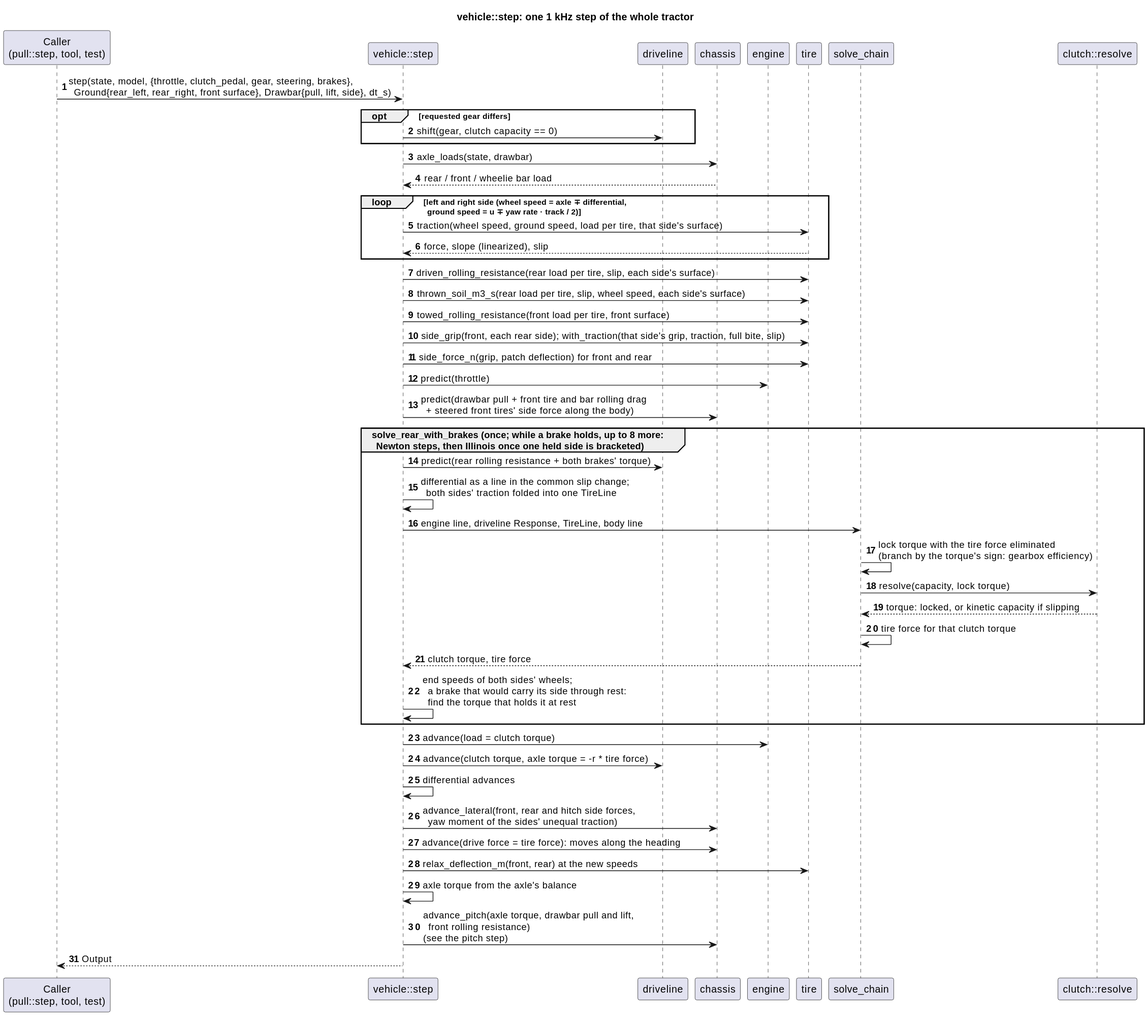
This is docs/diagrams/svg/vehicle_step_sequence.svg from wversteeg/TractorPulling, a PlantUML export, as it was before one commit. Its diagram source:
```plantuml
@startuml
title vehicle::step: one 1 kHz step of the whole tractor
autonumber
participant "Caller\n(pull::step, tool, test)" as Caller
participant "vehicle::step" as Step
participant "driveline" as Driveline
participant "chassis" as Chassis
participant "engine" as Engine
participant "tire" as Tire
participant "solve_chain" as Solve
participant "clutch::resolve" as Clutch

Caller -> Step : step(state, model, {throttle, clutch_pedal, gear, steering, brakes},\n  Ground{rear_left, rear_right, front surface}, Drawbar{pull, lift, side}, dt_s)
opt requested gear differs
  Step -> Driveline : shift(gear, clutch capacity == 0)
end
Step -> Chassis : axle_loads(state, drawbar)
Chassis --> Step : rear / front / wheelie bar load
loop left and right side (wheel speed = axle ∓ differential,\n  ground speed = u ∓ yaw rate · track / 2)
  Step -> Tire : traction(wheel speed, ground speed, load per tire, that side's surface)
  Tire --> Step : force, slope (linearized), slip
end
Step -> Tire : driven_rolling_resistance(rear load per tire, slip, each side's surface)
Step -> Tire : thrown_soil_m3_s(rear load per tire, slip, wheel speed, each side's surface)
Step -> Tire : towed_rolling_resistance(front load per tire, front surface)
Step -> Tire : side_grip(front, each rear side); with_traction(that side's grip, traction, full bite, slip)
Step -> Tire : side_force_n(grip, patch deflection) for front and rear
Step -> Engine : predict(throttle)
Step -> Chassis : predict(drawbar pull + front tire and bar rolling drag\n  + steered front tires' side force along the body)
group solve_rear_with_brakes (once; while a brake holds, up to 8 more:\n  Newton steps, then Illinois once one held side is bracketed)
Step -> Driveline : predict(rear rolling resistance + both brakes' torque)
Step -> Step : differential as a line in the common slip change;\n  both sides' traction folded into one TireLine
Step -> Solve : engine line, driveline Response, TireLine, body line
Solve -> Solve : lock torque with the tire force eliminated\n(branch by the torque's sign: gearbox efficiency)
Solve -> Clutch : resolve(capacity, lock torque)
Clutch --> Solve : torque: locked, or kinetic capacity if slipping
Solve -> Solve : tire force for that clutch torque
Solve --> Step : clutch torque, tire force
Step -> Step : end speeds of both sides' wheels;\n  a brake that would carry its side through rest:\n  find the torque that holds it at rest
end
Step -> Engine : advance(load = clutch torque)
Step -> Driveline : advance(clutch torque, axle torque = -r * tire force)
Step -> Step : differential advances
Step -> Chassis : advance_lateral(front, rear and hitch side forces,\n  yaw moment of the sides' unequal traction)
Step -> Chassis : advance(drive force = tire force): moves along the heading
Step -> Tire : relax_deflection_m(front, rear) at the new speeds
Step -> Step : axle torque from the axle's balance
Step -> Chassis : advance_pitch(axle torque, drawbar pull and lift,\n  front rolling resistance)\n(see the pitch step)
Step --> Caller : Output
@enduml
```
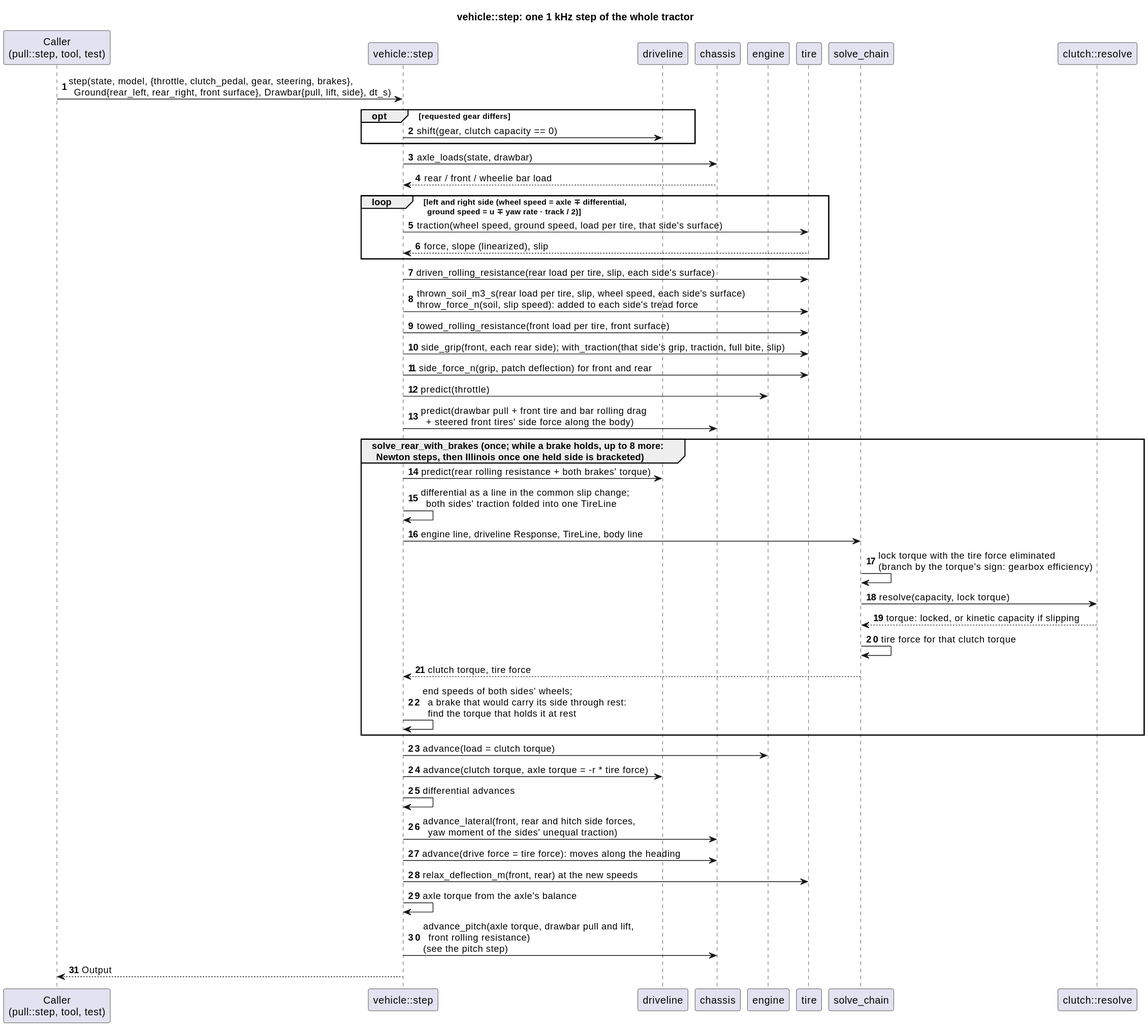
The same file after the commit.

Change to the diagram source:
```diff
@@ -21,7 +21,7 @@
   Tire --> Step : force, slope (linearized), slip
 end
 Step -> Tire : driven_rolling_resistance(rear load per tire, slip, each side's surface)
-Step -> Tire : thrown_soil_m3_s(rear load per tire, slip, wheel speed, each side's surface)
+Step -> Tire : thrown_soil_m3_s(rear load per tire, slip, wheel speed, each side's surface)\nthrow_force_n(soil, slip speed): added to each side's tread force
 Step -> Tire : towed_rolling_resistance(front load per tire, front surface)
 Step -> Tire : side_grip(front, each rear side); with_traction(that side's grip, traction, full bite, slip)
 Step -> Tire : side_force_n(grip, patch deflection) for front and rear
```
